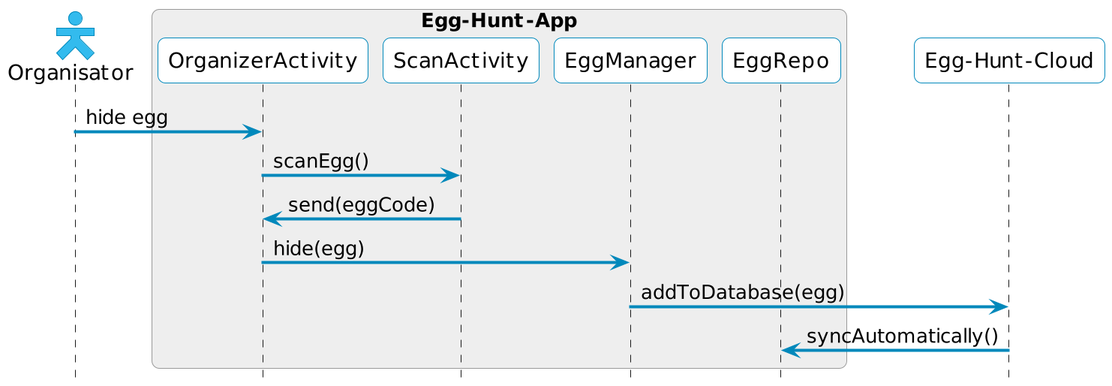
Before: doc/sequences/hideEgg.png, a diagram exported from PlantUML (rinverardi/app-egghunt).
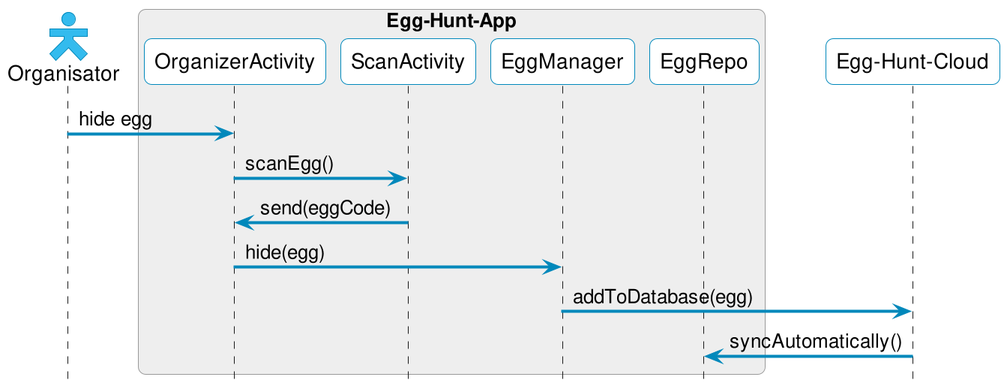
The same file after the commit.

Diff of the diagram source:
```diff
@@ -1,36 +1,5 @@
 @startuml
-!$AREA_DARK = "#999"
-!$AREA_LIGHT = "#eee"
-!$BLACK = "#000"
-!$PRIMARY_DARK = "#08b"
-!$PRIMARY_LIGHT = "#3be"
-!$WHITE = "#fff"
-
-hide footbox
-scale 2
-
-skinparam actor {
-  BackgroundColor $PRIMARY_LIGHT
-  BorderColor $PRIMARY_DARK
-}
-
-skinparam arrow {
-  Thickness 2
-  Color $PRIMARY_DARK
-}
-
-skinparam participant {
-  BackgroundColor $WHITE
-  BorderColor $PRIMARY_DARK
-}
-
-skinparam sequenceBox {
-  BackgroundColor $AREA_LIGHT
-  BorderColor $AREA_DARK
-}
-
-skinparam actorStyle hollow
-skinparam roundcorner 10
+!include common.uml
 
 actor "Organisator" as organizer
 
@@ -49,4 +18,5 @@
 organizerActivity -> eggManager: hide(egg)
 eggManager-> cloud: addToDatabase(egg)
 cloud -> eggRepo: syncAutomatically()
+
 @enduml
```
